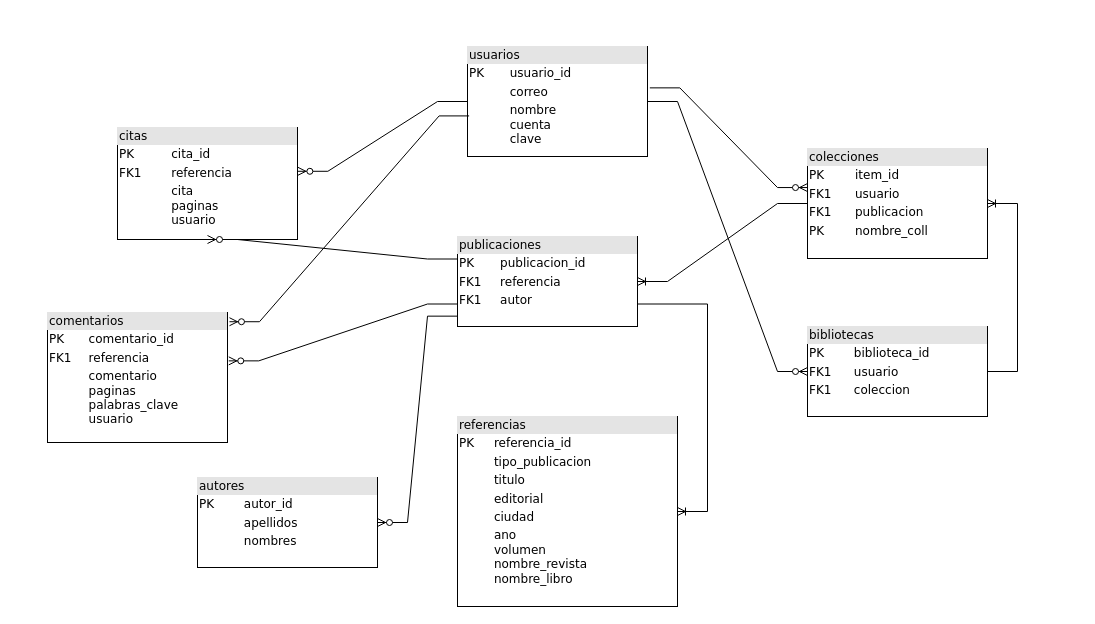
Before: resources/referencias_bibliograficas.drawio in javierrweiss/library-manager, a draw.io diagram. Source tidied: cells renumbered, new cells numbered last; positions are measured from the earlier drawing's top-left corner, leaving out a move shared by most shapes. Both pictures are drawn from the tidied source at 100%, with x=0, y=0 at pixel (47, 46).
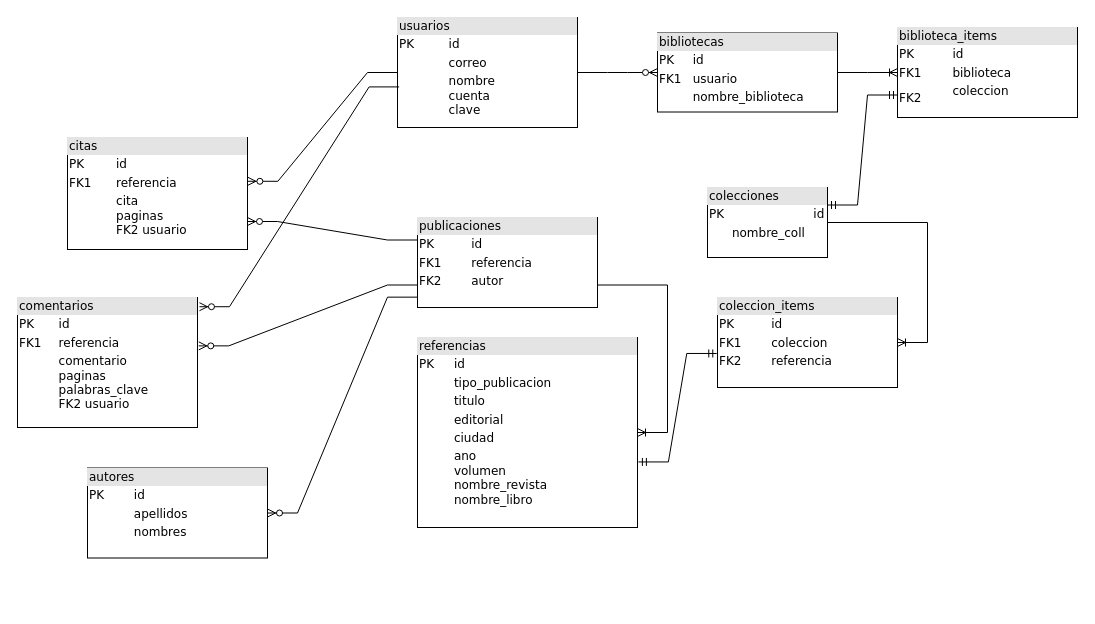
The same diagram, later.

What changed in the source:
```diff
@@
-    <mxCell id="2" value="&lt;div style=&quot;box-sizing:border-box;width:100%;background:#e4e4e4;padding:2px;&quot;&gt;citas&lt;/div&gt;&lt;table style=&quot;width:100%;font-size:1em;&quot; cellpadding=&quot;2&quot; cellspacing=&quot;0&quot;&gt;&lt;tbody&gt;&lt;tr&gt;&lt;td&gt;PK&lt;/td&gt;&lt;td&gt;cita_id&lt;/td&gt;&lt;/tr&gt;&lt;tr&gt;&lt;td&gt;FK1&lt;/td&gt;&lt;td&gt;referencia&lt;/td&gt;&lt;/tr&gt;&lt;tr&gt;&lt;td&gt;&lt;/td&gt;&lt;td&gt;cita&lt;br&gt;paginas&lt;br&gt;usuario&lt;/td&gt;&lt;/tr&gt;&lt;/tbody&gt;&lt;/table&gt;" style="verticalAlign=top;align=left;overflow=fill;html=1;rounded=0;shadow=0;comic=0;labelBackgroundColor=none;strokeWidth=1;fontFamily=Verdana;fontSize=12;" parent="1" vertex="1">
-      <mxGeometry x="70" y="81" width="180" height="112" as="geometry" />
+    <mxCell id="2" value="&lt;div style=&quot;box-sizing:border-box;width:100%;background:#e4e4e4;padding:2px;&quot;&gt;citas&lt;/div&gt;&lt;table style=&quot;width:100%;font-size:1em;&quot; cellpadding=&quot;2&quot; cellspacing=&quot;0&quot;&gt;&lt;tbody&gt;&lt;tr&gt;&lt;td&gt;PK&lt;/td&gt;&lt;td&gt;id&lt;/td&gt;&lt;/tr&gt;&lt;tr&gt;&lt;td&gt;FK1&lt;/td&gt;&lt;td&gt;referencia&lt;/td&gt;&lt;/tr&gt;&lt;tr&gt;&lt;td&gt;&lt;/td&gt;&lt;td&gt;cita&lt;br&gt;paginas&lt;br&gt;FK2 usuario&lt;/td&gt;&lt;/tr&gt;&lt;/tbody&gt;&lt;/table&gt;" style="verticalAlign=top;align=left;overflow=fill;html=1;rounded=0;shadow=0;comic=0;labelBackgroundColor=none;strokeWidth=1;fontFamily=Verdana;fontSize=12;" parent="1" vertex="1">
+      <mxGeometry x="20" y="91" width="180" height="112" as="geometry" />
     </mxCell>
-    <mxCell id="3" value="&lt;div style=&quot;box-sizing: border-box ; width: 100% ; background: #e4e4e4 ; padding: 2px&quot;&gt;referencias&lt;/div&gt;&lt;table style=&quot;width: 100% ; font-size: 1em&quot; cellpadding=&quot;2&quot; cellspacing=&quot;0&quot;&gt;&lt;tbody&gt;&lt;tr&gt;&lt;td&gt;PK&lt;/td&gt;&lt;td&gt;referencia_id&lt;/td&gt;&lt;/tr&gt;&lt;tr&gt;&lt;td&gt;&lt;br&gt;&lt;/td&gt;&lt;td&gt;tipo_publicacion&lt;/td&gt;&lt;/tr&gt;&lt;tr&gt;&lt;td&gt;&lt;/td&gt;&lt;td&gt;titulo&lt;/td&gt;&lt;/tr&gt;&lt;tr&gt;&lt;td&gt;&lt;br&gt;&lt;/td&gt;&lt;td&gt;editorial&lt;/td&gt;&lt;/tr&gt;&lt;tr&gt;&lt;td&gt;&lt;br&gt;&lt;/td&gt;&lt;td&gt;ciudad&lt;/td&gt;&lt;/tr&gt;&lt;tr&gt;&lt;td&gt;&lt;br&gt;&lt;/td&gt;&lt;td&gt;ano&lt;br&gt;volumen&lt;br&gt;nombre_revista&lt;br&gt;nombre_libro&lt;/td&gt;&lt;/tr&gt;&lt;/tbody&gt;&lt;/table&gt;" style="verticalAlign=top;align=left;overflow=fill;html=1;rounded=0;shadow=0;comic=0;labelBackgroundColor=none;strokeWidth=1;fontFamily=Verdana;fontSize=12;" parent="1" vertex="1">
-      <mxGeometry x="410" y="370" width="220" height="190" as="geometry" />
+    <mxCell id="3" value="&lt;div style=&quot;box-sizing: border-box ; width: 100% ; background: #e4e4e4 ; padding: 2px&quot;&gt;referencias&lt;/div&gt;&lt;table style=&quot;width: 100% ; font-size: 1em&quot; cellpadding=&quot;2&quot; cellspacing=&quot;0&quot;&gt;&lt;tbody&gt;&lt;tr&gt;&lt;td&gt;PK&lt;/td&gt;&lt;td&gt;id&lt;/td&gt;&lt;/tr&gt;&lt;tr&gt;&lt;td&gt;&lt;br&gt;&lt;/td&gt;&lt;td&gt;tipo_publicacion&lt;/td&gt;&lt;/tr&gt;&lt;tr&gt;&lt;td&gt;&lt;/td&gt;&lt;td&gt;titulo&lt;/td&gt;&lt;/tr&gt;&lt;tr&gt;&lt;td&gt;&lt;br&gt;&lt;/td&gt;&lt;td&gt;editorial&lt;/td&gt;&lt;/tr&gt;&lt;tr&gt;&lt;td&gt;&lt;br&gt;&lt;/td&gt;&lt;td&gt;ciudad&lt;/td&gt;&lt;/tr&gt;&lt;tr&gt;&lt;td&gt;&lt;br&gt;&lt;/td&gt;&lt;td&gt;ano&lt;br&gt;volumen&lt;br&gt;nombre_revista&lt;br&gt;nombre_libro&lt;/td&gt;&lt;/tr&gt;&lt;/tbody&gt;&lt;/table&gt;" style="verticalAlign=top;align=left;overflow=fill;html=1;rounded=0;shadow=0;comic=0;labelBackgroundColor=none;strokeWidth=1;fontFamily=Verdana;fontSize=12;" parent="1" vertex="1">
+      <mxGeometry x="370" y="291" width="220" height="190" as="geometry" />
     </mxCell>
-    <mxCell id="4" value="&lt;div style=&quot;box-sizing:border-box;width:100%;background:#e4e4e4;padding:2px;&quot;&gt;usuarios&lt;/div&gt;&lt;table style=&quot;width:100%;font-size:1em;&quot; cellpadding=&quot;2&quot; cellspacing=&quot;0&quot;&gt;&lt;tbody&gt;&lt;tr&gt;&lt;td&gt;PK&lt;/td&gt;&lt;td&gt;usuario_id&lt;/td&gt;&lt;/tr&gt;&lt;tr&gt;&lt;td&gt;&lt;br&gt;&lt;/td&gt;&lt;td&gt;correo&lt;/td&gt;&lt;/tr&gt;&lt;tr&gt;&lt;td&gt;&lt;/td&gt;&lt;td&gt;nombre&lt;br&gt;cuenta&lt;br&gt;clave&lt;/td&gt;&lt;/tr&gt;&lt;/tbody&gt;&lt;/table&gt;" style="verticalAlign=top;align=left;overflow=fill;html=1;rounded=0;shadow=0;comic=0;labelBackgroundColor=none;strokeWidth=1;fontFamily=Verdana;fontSize=12;" parent="1" vertex="1">
-      <mxGeometry x="420" width="180" height="110" as="geometry" />
+    <mxCell id="4" value="&lt;div style=&quot;box-sizing:border-box;width:100%;background:#e4e4e4;padding:2px;&quot;&gt;usuarios&lt;/div&gt;&lt;table style=&quot;width:100%;font-size:1em;&quot; cellpadding=&quot;2&quot; cellspacing=&quot;0&quot;&gt;&lt;tbody&gt;&lt;tr&gt;&lt;td&gt;PK&lt;/td&gt;&lt;td&gt;id&lt;/td&gt;&lt;/tr&gt;&lt;tr&gt;&lt;td&gt;&lt;br&gt;&lt;/td&gt;&lt;td&gt;correo&lt;/td&gt;&lt;/tr&gt;&lt;tr&gt;&lt;td&gt;&lt;/td&gt;&lt;td&gt;nombre&lt;br&gt;cuenta&lt;br&gt;clave&lt;/td&gt;&lt;/tr&gt;&lt;/tbody&gt;&lt;/table&gt;" style="verticalAlign=top;align=left;overflow=fill;html=1;rounded=0;shadow=0;comic=0;labelBackgroundColor=none;strokeWidth=1;fontFamily=Verdana;fontSize=12;" parent="1" vertex="1">
+      <mxGeometry x="350" y="-29" width="180" height="110" as="geometry" />
     </mxCell>
-    <mxCell id="5" value="&lt;div style=&quot;box-sizing: border-box ; width: 100% ; background: #e4e4e4 ; padding: 2px&quot;&gt;colecciones&lt;/div&gt;&lt;table style=&quot;width: 100% ; font-size: 1em&quot; cellpadding=&quot;2&quot; cellspacing=&quot;0&quot;&gt;&lt;tbody&gt;&lt;tr&gt;&lt;td&gt;PK&lt;/td&gt;&lt;td&gt;item_id&lt;/td&gt;&lt;/tr&gt;&lt;tr&gt;&lt;td&gt;FK1&lt;/td&gt;&lt;td&gt;usuario&lt;/td&gt;&lt;/tr&gt;&lt;tr&gt;&lt;td&gt;FK1&lt;/td&gt;&lt;td&gt;publicacion&lt;/td&gt;&lt;/tr&gt;&lt;tr&gt;&lt;td&gt;PK&lt;/td&gt;&lt;td&gt;nombre_coll&lt;/td&gt;&lt;/tr&gt;&lt;tr&gt;&lt;td&gt;&lt;/td&gt;&lt;td&gt;&lt;br&gt;&lt;/td&gt;&lt;/tr&gt;&lt;/tbody&gt;&lt;/table&gt;" style="verticalAlign=top;align=left;overflow=fill;html=1;rounded=0;shadow=0;comic=0;labelBackgroundColor=none;strokeWidth=1;fontFamily=Verdana;fontSize=12;" parent="1" vertex="1">
-      <mxGeometry x="760" y="102" width="180" height="110" as="geometry" />
+    <mxCell id="5" value="&lt;div style=&quot;box-sizing: border-box ; width: 100% ; background: #e4e4e4 ; padding: 2px&quot;&gt;colecciones&lt;/div&gt;&lt;table style=&quot;width: 100% ; font-size: 1em&quot; cellpadding=&quot;2&quot; cellspacing=&quot;0&quot;&gt;&lt;tbody&gt;&lt;tr&gt;&lt;td&gt;PK&lt;/td&gt;&lt;td&gt;id&lt;/td&gt;&lt;/tr&gt;&lt;tr&gt;&lt;td&gt;&amp;nbsp; &amp;nbsp; &amp;nbsp; nombre_coll&lt;br&gt;&lt;/td&gt;&lt;td&gt;&lt;br&gt;&lt;/td&gt;&lt;/tr&gt;&lt;tr&gt;&lt;td&gt;&lt;br&gt;&lt;/td&gt;&lt;td&gt;&lt;br&gt;&lt;/td&gt;&lt;/tr&gt;&lt;tr&gt;&lt;td&gt;&lt;br&gt;&lt;/td&gt;&lt;td&gt;&lt;br&gt;&lt;/td&gt;&lt;/tr&gt;&lt;tr&gt;&lt;td&gt;&lt;/td&gt;&lt;td&gt;&lt;br&gt;&lt;/td&gt;&lt;/tr&gt;&lt;/tbody&gt;&lt;/table&gt;" style="verticalAlign=top;align=left;overflow=fill;html=1;rounded=0;shadow=0;comic=0;labelBackgroundColor=none;strokeWidth=1;fontFamily=Verdana;fontSize=12;" parent="1" vertex="1">
+      <mxGeometry x="660" y="141" width="120" height="70" as="geometry" />
     </mxCell>
-    <mxCell id="6" value="&lt;div style=&quot;box-sizing: border-box ; width: 100% ; background: #e4e4e4 ; padding: 2px&quot;&gt;publicaciones&lt;/div&gt;&lt;table style=&quot;width: 100% ; font-size: 1em&quot; cellpadding=&quot;2&quot; cellspacing=&quot;0&quot;&gt;&lt;tbody&gt;&lt;tr&gt;&lt;td&gt;PK&lt;/td&gt;&lt;td&gt;publicacion_id&lt;/td&gt;&lt;/tr&gt;&lt;tr&gt;&lt;td&gt;FK1&lt;/td&gt;&lt;td&gt;referencia&lt;/td&gt;&lt;/tr&gt;&lt;tr&gt;&lt;td&gt;FK1&lt;/td&gt;&lt;td&gt;autor&lt;/td&gt;&lt;/tr&gt;&lt;tr&gt;&lt;td&gt;&lt;br&gt;&lt;/td&gt;&lt;td&gt;&lt;br&gt;&lt;/td&gt;&lt;/tr&gt;&lt;tr&gt;&lt;td&gt;&lt;br&gt;&lt;/td&gt;&lt;td&gt;&lt;/td&gt;&lt;/tr&gt;&lt;/tbody&gt;&lt;/table&gt;" style="verticalAlign=top;align=left;overflow=fill;html=1;rounded=0;shadow=0;comic=0;labelBackgroundColor=none;strokeWidth=1;fontFamily=Verdana;fontSize=12;" parent="1" vertex="1">
-      <mxGeometry x="410" y="190" width="180" height="90" as="geometry" />
+    <mxCell id="6" value="&lt;div style=&quot;box-sizing: border-box ; width: 100% ; background: #e4e4e4 ; padding: 2px&quot;&gt;publicaciones&lt;/div&gt;&lt;table style=&quot;width: 100% ; font-size: 1em&quot; cellpadding=&quot;2&quot; cellspacing=&quot;0&quot;&gt;&lt;tbody&gt;&lt;tr&gt;&lt;td&gt;PK&lt;/td&gt;&lt;td&gt;id&lt;/td&gt;&lt;/tr&gt;&lt;tr&gt;&lt;td&gt;FK1&lt;/td&gt;&lt;td&gt;referencia&lt;/td&gt;&lt;/tr&gt;&lt;tr&gt;&lt;td&gt;FK2&lt;/td&gt;&lt;td&gt;autor&lt;/td&gt;&lt;/tr&gt;&lt;tr&gt;&lt;td&gt;&lt;br&gt;&lt;/td&gt;&lt;td&gt;&lt;br&gt;&lt;/td&gt;&lt;/tr&gt;&lt;tr&gt;&lt;td&gt;&lt;br&gt;&lt;/td&gt;&lt;td&gt;&lt;/td&gt;&lt;/tr&gt;&lt;/tbody&gt;&lt;/table&gt;" style="verticalAlign=top;align=left;overflow=fill;html=1;rounded=0;shadow=0;comic=0;labelBackgroundColor=none;strokeWidth=1;fontFamily=Verdana;fontSize=12;" parent="1" vertex="1">
+      <mxGeometry x="370" y="171" width="180" height="90" as="geometry" />
     </mxCell>
-    <mxCell id="7" value="&lt;div style=&quot;box-sizing:border-box;width:100%;background:#e4e4e4;padding:2px;&quot;&gt;bibliotecas&lt;/div&gt;&lt;table style=&quot;width:100%;font-size:1em;&quot; cellpadding=&quot;2&quot; cellspacing=&quot;0&quot;&gt;&lt;tbody&gt;&lt;tr&gt;&lt;td&gt;PK&lt;/td&gt;&lt;td&gt;biblioteca_id&lt;/td&gt;&lt;/tr&gt;&lt;tr&gt;&lt;td&gt;FK1&lt;/td&gt;&lt;td&gt;usuario&lt;/td&gt;&lt;/tr&gt;&lt;tr&gt;&lt;td&gt;FK1&lt;/td&gt;&lt;td&gt;coleccion&lt;/td&gt;&lt;/tr&gt;&lt;/tbody&gt;&lt;/table&gt;" style="verticalAlign=top;align=left;overflow=fill;html=1;rounded=0;shadow=0;comic=0;labelBackgroundColor=none;strokeWidth=1;fontFamily=Verdana;fontSize=12;" parent="1" vertex="1">
-      <mxGeometry x="760" y="280" width="180" height="90" as="geometry" />
+    <mxCell id="7" value="&lt;div style=&quot;box-sizing:border-box;width:100%;background:#e4e4e4;padding:2px;&quot;&gt;bibliotecas&lt;/div&gt;&lt;table style=&quot;width:100%;font-size:1em;&quot; cellpadding=&quot;2&quot; cellspacing=&quot;0&quot;&gt;&lt;tbody&gt;&lt;tr&gt;&lt;td&gt;PK&lt;/td&gt;&lt;td&gt;id&lt;/td&gt;&lt;/tr&gt;&lt;tr&gt;&lt;td&gt;FK1&lt;/td&gt;&lt;td&gt;usuario&lt;/td&gt;&lt;/tr&gt;&lt;tr&gt;&lt;td&gt;&lt;br&gt;&lt;/td&gt;&lt;td&gt;nombre_biblioteca&lt;/td&gt;&lt;/tr&gt;&lt;/tbody&gt;&lt;/table&gt;" style="verticalAlign=top;align=left;overflow=fill;html=1;rounded=0;shadow=0;comic=0;labelBackgroundColor=none;strokeWidth=1;fontFamily=Verdana;fontSize=12;" parent="1" vertex="1">
+      <mxGeometry x="610" y="-13.5" width="180" height="79" as="geometry" />
     </mxCell>
-    <mxCell id="8" value="&lt;div style=&quot;box-sizing: border-box ; width: 100% ; background: #e4e4e4 ; padding: 2px&quot;&gt;autores&lt;/div&gt;&lt;table style=&quot;width: 100% ; font-size: 1em&quot; cellpadding=&quot;2&quot; cellspacing=&quot;0&quot;&gt;&lt;tbody&gt;&lt;tr&gt;&lt;td&gt;PK&lt;/td&gt;&lt;td&gt;autor_id&lt;/td&gt;&lt;/tr&gt;&lt;tr&gt;&lt;td&gt;&lt;br&gt;&lt;/td&gt;&lt;td&gt;apellidos&lt;/td&gt;&lt;/tr&gt;&lt;tr&gt;&lt;td&gt;&lt;/td&gt;&lt;td&gt;nombres&lt;/td&gt;&lt;/tr&gt;&lt;tr&gt;&lt;td&gt;&lt;br&gt;&lt;/td&gt;&lt;td&gt;&lt;/td&gt;&lt;/tr&gt;&lt;tr&gt;&lt;td&gt;&lt;/td&gt;&lt;td&gt;&lt;br&gt;&lt;/td&gt;&lt;/tr&gt;&lt;/tbody&gt;&lt;/table&gt;" style="verticalAlign=top;align=left;overflow=fill;html=1;rounded=0;shadow=0;comic=0;labelBackgroundColor=none;strokeWidth=1;fontFamily=Verdana;fontSize=12;" parent="1" vertex="1">
-      <mxGeometry x="150" y="431" width="180" height="90" as="geometry" />
+    <mxCell id="8" value="&lt;div style=&quot;box-sizing: border-box ; width: 100% ; background: #e4e4e4 ; padding: 2px&quot;&gt;autores&lt;/div&gt;&lt;table style=&quot;width: 100% ; font-size: 1em&quot; cellpadding=&quot;2&quot; cellspacing=&quot;0&quot;&gt;&lt;tbody&gt;&lt;tr&gt;&lt;td&gt;PK&lt;/td&gt;&lt;td&gt;id&lt;/td&gt;&lt;/tr&gt;&lt;tr&gt;&lt;td&gt;&lt;br&gt;&lt;/td&gt;&lt;td&gt;apellidos&lt;/td&gt;&lt;/tr&gt;&lt;tr&gt;&lt;td&gt;&lt;/td&gt;&lt;td&gt;nombres&lt;/td&gt;&lt;/tr&gt;&lt;tr&gt;&lt;td&gt;&lt;br&gt;&lt;/td&gt;&lt;td&gt;&lt;/td&gt;&lt;/tr&gt;&lt;tr&gt;&lt;td&gt;&lt;/td&gt;&lt;td&gt;&lt;br&gt;&lt;/td&gt;&lt;/tr&gt;&lt;/tbody&gt;&lt;/table&gt;" style="verticalAlign=top;align=left;overflow=fill;html=1;rounded=0;shadow=0;comic=0;labelBackgroundColor=none;strokeWidth=1;fontFamily=Verdana;fontSize=12;" parent="1" vertex="1">
+      <mxGeometry x="40" y="421.5" width="180" height="90" as="geometry" />
     </mxCell>
-    <mxCell id="9" value="&lt;div style=&quot;box-sizing:border-box;width:100%;background:#e4e4e4;padding:2px;&quot;&gt;comentarios&lt;/div&gt;&lt;table style=&quot;width:100%;font-size:1em;&quot; cellpadding=&quot;2&quot; cellspacing=&quot;0&quot;&gt;&lt;tbody&gt;&lt;tr&gt;&lt;td&gt;PK&lt;/td&gt;&lt;td&gt;comentario_id&lt;/td&gt;&lt;/tr&gt;&lt;tr&gt;&lt;td&gt;FK1&lt;/td&gt;&lt;td&gt;referencia&lt;/td&gt;&lt;/tr&gt;&lt;tr&gt;&lt;td&gt;&lt;/td&gt;&lt;td&gt;comentario&lt;br&gt;paginas&lt;br&gt;palabras_clave&lt;br&gt;usuario&lt;/td&gt;&lt;/tr&gt;&lt;/tbody&gt;&lt;/table&gt;" style="verticalAlign=top;align=left;overflow=fill;html=1;rounded=0;shadow=0;comic=0;labelBackgroundColor=none;strokeWidth=1;fontFamily=Verdana;fontSize=12;" parent="1" vertex="1">
-      <mxGeometry y="266" width="180" height="130" as="geometry" />
+    <mxCell id="9" value="&lt;div style=&quot;box-sizing:border-box;width:100%;background:#e4e4e4;padding:2px;&quot;&gt;comentarios&lt;/div&gt;&lt;table style=&quot;width:100%;font-size:1em;&quot; cellpadding=&quot;2&quot; cellspacing=&quot;0&quot;&gt;&lt;tbody&gt;&lt;tr&gt;&lt;td&gt;PK&lt;/td&gt;&lt;td&gt;id&lt;/td&gt;&lt;/tr&gt;&lt;tr&gt;&lt;td&gt;FK1&lt;/td&gt;&lt;td&gt;referencia&lt;/td&gt;&lt;/tr&gt;&lt;tr&gt;&lt;td&gt;&lt;/td&gt;&lt;td&gt;comentario&lt;br&gt;paginas&lt;br&gt;palabras_clave&lt;br&gt;FK2 usuario&lt;/td&gt;&lt;/tr&gt;&lt;/tbody&gt;&lt;/table&gt;" style="verticalAlign=top;align=left;overflow=fill;html=1;rounded=0;shadow=0;comic=0;labelBackgroundColor=none;strokeWidth=1;fontFamily=Verdana;fontSize=12;" parent="1" vertex="1">
+      <mxGeometry x="-30" y="251" width="180" height="130" as="geometry" />
     </mxCell>
-    <mxCell id="10" style="edgeStyle=entityRelationEdgeStyle;fontSize=12;html=1;endArrow=ERzeroToMany;endFill=1;rounded=0;entryX=0;entryY=0.355;entryDx=0;entryDy=0;entryPerimeter=0;exitX=1.013;exitY=0.376;exitDx=0;exitDy=0;exitPerimeter=0;" parent="1" edge="1" source="4" target="5">
-      <mxGeometry relative="1" as="geometry" />
-    </mxCell>
@@
-    <mxCell id="15" style="edgeStyle=entityRelationEdgeStyle;fontSize=12;html=1;endArrow=ERzeroToMany;endFill=1;rounded=0;exitX=0;exitY=0.25;exitDx=0;exitDy=0;entryX=0.5;entryY=1;entryDx=0;entryDy=0;" parent="1" edge="1" source="6" target="2">
+    <mxCell id="15" style="edgeStyle=entityRelationEdgeStyle;fontSize=12;html=1;endArrow=ERzeroToMany;endFill=1;rounded=0;exitX=0;exitY=0.25;exitDx=0;exitDy=0;entryX=1;entryY=0.75;entryDx=0;entryDy=0;" parent="1" edge="1" source="6" target="2">
       <mxGeometry relative="1" as="geometry" />
     </mxCell>
-    <mxCell id="16" style="edgeStyle=entityRelationEdgeStyle;fontSize=12;html=1;endArrow=ERoneToMany;rounded=0;exitX=1;exitY=0.5;exitDx=0;exitDy=0;" parent="1" edge="1" source="7" target="5">
-      <mxGeometry relative="1" as="geometry" />
-    </mxCell>
-    <mxCell id="17" style="edgeStyle=entityRelationEdgeStyle;fontSize=12;html=1;endArrow=ERoneToMany;rounded=0;exitX=0;exitY=0.5;exitDx=0;exitDy=0;entryX=1;entryY=0.5;entryDx=0;entryDy=0;" parent="1" edge="1" source="5" target="6">
-      <mxGeometry relative="1" as="geometry" />
-    </mxCell>
@@
+    <mxCell id="20" value="&lt;div style=&quot;box-sizing:border-box;width:100%;background:#e4e4e4;padding:2px;&quot;&gt;coleccion_items&lt;/div&gt;&lt;table style=&quot;width:100%;font-size:1em;&quot; cellpadding=&quot;2&quot; cellspacing=&quot;0&quot;&gt;&lt;tbody&gt;&lt;tr&gt;&lt;td&gt;PK&lt;/td&gt;&lt;td&gt;id&lt;/td&gt;&lt;/tr&gt;&lt;tr&gt;&lt;td&gt;FK1&lt;/td&gt;&lt;td&gt;coleccion&lt;/td&gt;&lt;/tr&gt;&lt;tr&gt;&lt;td&gt;FK2&lt;/td&gt;&lt;td&gt;referencia&lt;/td&gt;&lt;/tr&gt;&lt;/tbody&gt;&lt;/table&gt;" style="verticalAlign=top;align=left;overflow=fill;html=1;rounded=0;shadow=0;comic=0;labelBackgroundColor=none;strokeWidth=1;fontFamily=Verdana;fontSize=12;" parent="1" vertex="1">
+      <mxGeometry x="670" y="251" width="180" height="90" as="geometry" />
+    </mxCell>
+    <mxCell id="21" value="&lt;div style=&quot;box-sizing:border-box;width:100%;background:#e4e4e4;padding:2px;&quot;&gt;biblioteca_items&lt;/div&gt;&lt;table style=&quot;width:100%;font-size:1em;&quot; cellpadding=&quot;2&quot; cellspacing=&quot;0&quot;&gt;&lt;tbody&gt;&lt;tr&gt;&lt;td&gt;PK&lt;/td&gt;&lt;td&gt;id&lt;/td&gt;&lt;/tr&gt;&lt;tr&gt;&lt;td&gt;FK1&lt;/td&gt;&lt;td&gt;biblioteca&lt;/td&gt;&lt;/tr&gt;&lt;tr&gt;&lt;td&gt;FK2&lt;/td&gt;&lt;td&gt;coleccion&lt;br&gt;&lt;br&gt;&lt;/td&gt;&lt;/tr&gt;&lt;/tbody&gt;&lt;/table&gt;" style="verticalAlign=top;align=left;overflow=fill;html=1;rounded=0;shadow=0;comic=0;labelBackgroundColor=none;strokeWidth=1;fontFamily=Verdana;fontSize=12;" parent="1" vertex="1">
+      <mxGeometry x="850" y="-19" width="180" height="90" as="geometry" />
+    </mxCell>
+    <mxCell id="22" style="edgeStyle=entityRelationEdgeStyle;fontSize=12;html=1;endArrow=ERoneToMany;rounded=0;" parent="1" edge="1" source="5" target="20">
+      <mxGeometry relative="1" as="geometry" />
+    </mxCell>
+    <mxCell id="23" style="edgeStyle=entityRelationEdgeStyle;fontSize=12;html=1;endArrow=ERoneToMany;rounded=0;exitX=1;exitY=0.5;exitDx=0;exitDy=0;" parent="1" edge="1" source="7" target="21">
+      <mxGeometry relative="1" as="geometry" />
+    </mxCell>
+    <mxCell id="24" style="edgeStyle=entityRelationEdgeStyle;fontSize=12;html=1;endArrow=ERmandOne;startArrow=ERmandOne;rounded=0;exitX=1.004;exitY=0.655;exitDx=0;exitDy=0;entryX=-0.004;entryY=0.622;entryDx=0;entryDy=0;entryPerimeter=0;exitPerimeter=0;" parent="1" edge="1" source="3" target="20">
+      <mxGeometry relative="1" as="geometry" />
+    </mxCell>
+    <mxCell id="25" style="edgeStyle=entityRelationEdgeStyle;fontSize=12;html=1;endArrow=ERmandOne;startArrow=ERmandOne;rounded=0;entryX=1;entryY=0.25;entryDx=0;entryDy=0;exitX=0;exitY=0.75;exitDx=0;exitDy=0;" parent="1" edge="1" source="21" target="5">
+      <mxGeometry relative="1" as="geometry" />
+    </mxCell>
```
